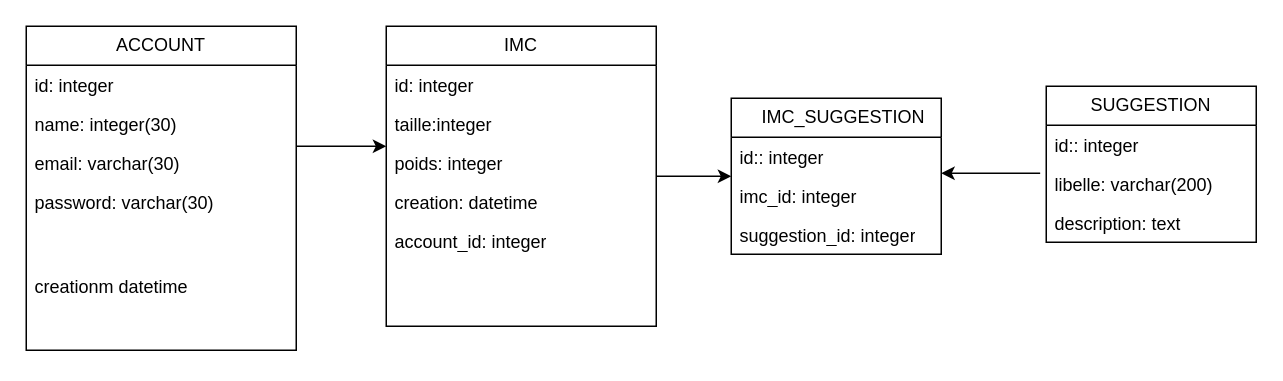
ledemkam/Body-Masser-Index keeps this draw.io diagram as page "mld(modele logique des donnees)" (2 of 2) of database-imc/imc-mcd.drawio. Above is the earlier version. Source tidied: cells renumbered, new cells numbered last; positions are measured from the earlier drawing's top-left corner, leaving out a move shared by most shapes. Both pictures are drawn from the tidied source at 150%, with x=0, y=0 at pixel (26, 26).
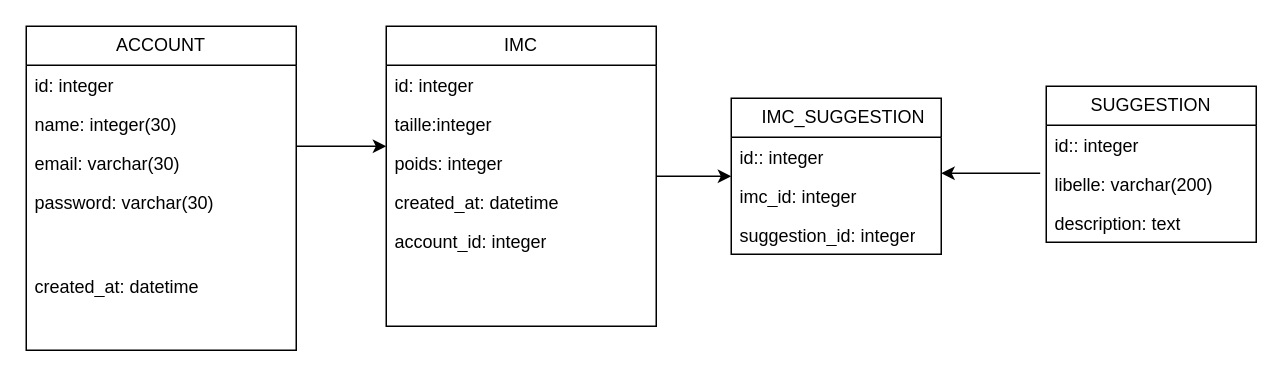
The same diagram, later.

Unchanged cells that the change refers to:
```xml
<mxCell id="2" value="ACCOUNT" style="swimlane;fontStyle=0;horizontal=1;startSize=26;fillColor=none;whiteSpace=wrap;html=1;" parent="1" vertex="1">
  <mxGeometry width="180" height="216" as="geometry" />
</mxCell>
<mxCell id="12" value="IMC" style="swimlane;fontStyle=0;horizontal=1;startSize=26;fillColor=none;whiteSpace=wrap;html=1;" parent="1" vertex="1">
  <mxGeometry x="240" width="180" height="200" as="geometry" />
</mxCell>
```

Change to the diagram source:
```diff
@@
-    <mxCell id="7" value="creationm datetime" style="text;strokeColor=none;fillColor=none;align=left;verticalAlign=top;spacingLeft=4;spacingRight=4;overflow=hidden;whiteSpace=wrap;html=1;" parent="2" vertex="1">
+    <mxCell id="7" value="created_at: datetime" style="text;strokeColor=none;fillColor=none;align=left;verticalAlign=top;spacingLeft=4;spacingRight=4;overflow=hidden;whiteSpace=wrap;html=1;" parent="2" vertex="1">
       <mxGeometry y="160" width="180" height="56" as="geometry" />
     </mxCell>
@@
-    <mxCell id="16" value="creation: datetime" style="text;strokeColor=none;fillColor=none;align=left;verticalAlign=top;spacingLeft=4;spacingRight=4;overflow=hidden;whiteSpace=wrap;html=1;" parent="12" vertex="1">
+    <mxCell id="16" value="created_at: datetime" style="text;strokeColor=none;fillColor=none;align=left;verticalAlign=top;spacingLeft=4;spacingRight=4;overflow=hidden;whiteSpace=wrap;html=1;" parent="12" vertex="1">
       <mxGeometry y="104" width="180" height="26" as="geometry" />
     </mxCell>
```
